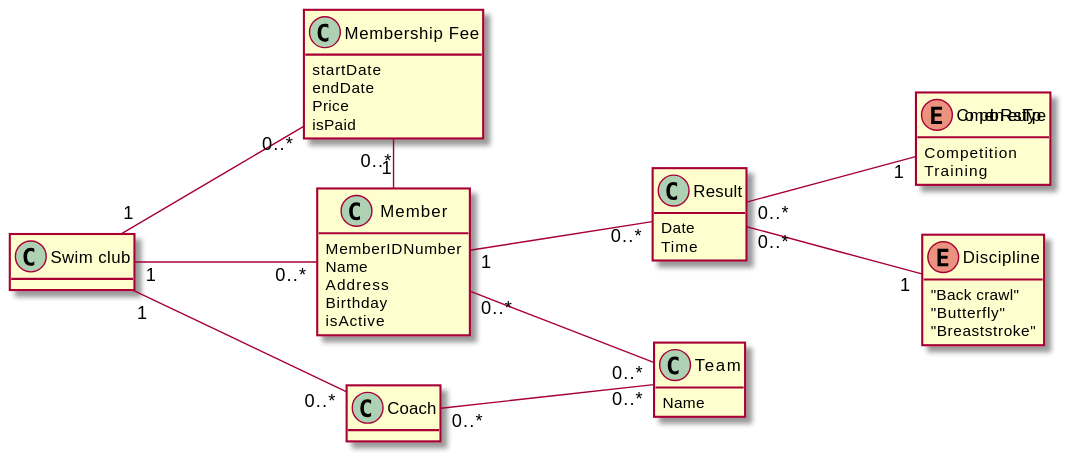
This is diagrams/domainmodel/domainmodel.svg from MaltheGram/Projekt-Delfinen, a PlantUML export, as it was before one commit.
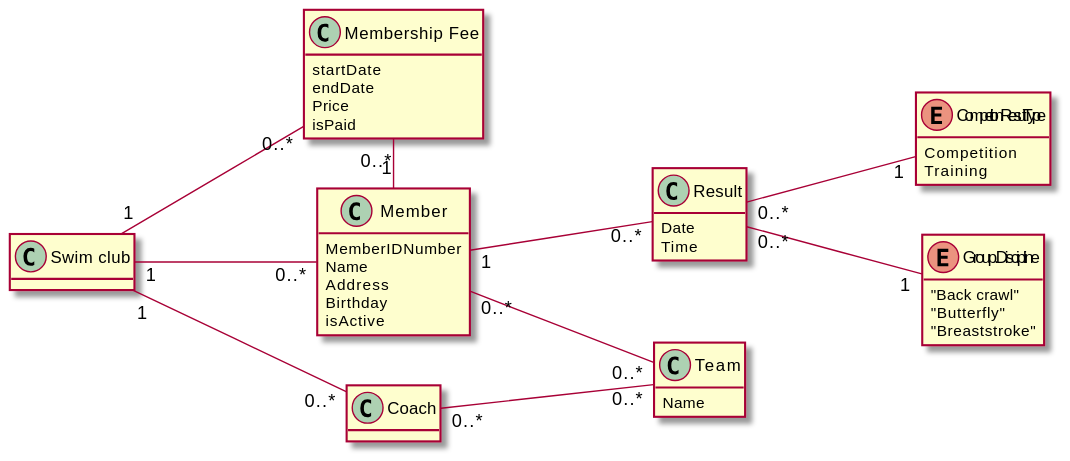
The same diagram one commit later.

What changed in the source:
```diff
@@ -39,7 +39,7 @@
     Training
 }
 
-enum "Discipline" as discipline {
+enum "Group.Discipline" as discipline {
     "Freestyle (front crawl)"
     "Back crawl"
     "Butterfly"
```
